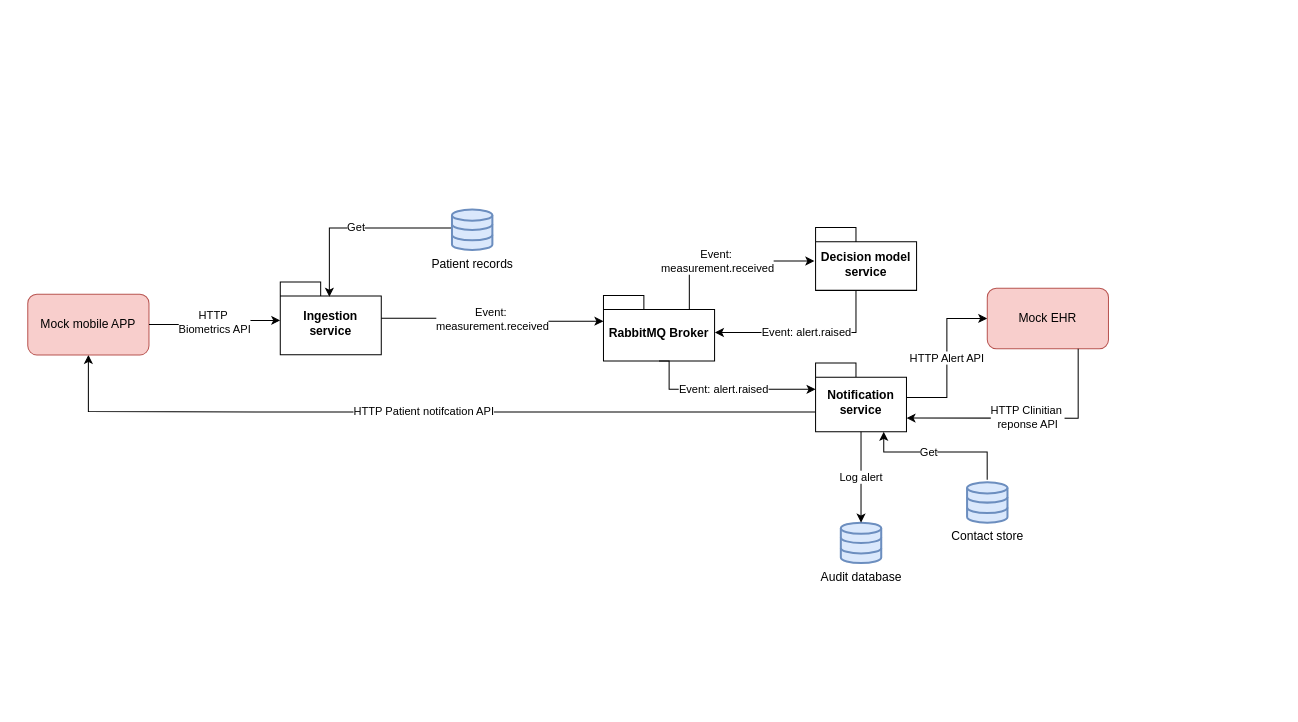
AlbertPerezB/CagHome keeps this draw.io diagram as docs/CC view.drawio. Above is the earlier version. Source tidied: cells renumbered, new cells numbered last; positions are measured from the earlier drawing's top-left corner, leaving out a move shared by most shapes. Both pictures are drawn from the tidied source at 101%, with x=0, y=0 at pixel (27, 209).
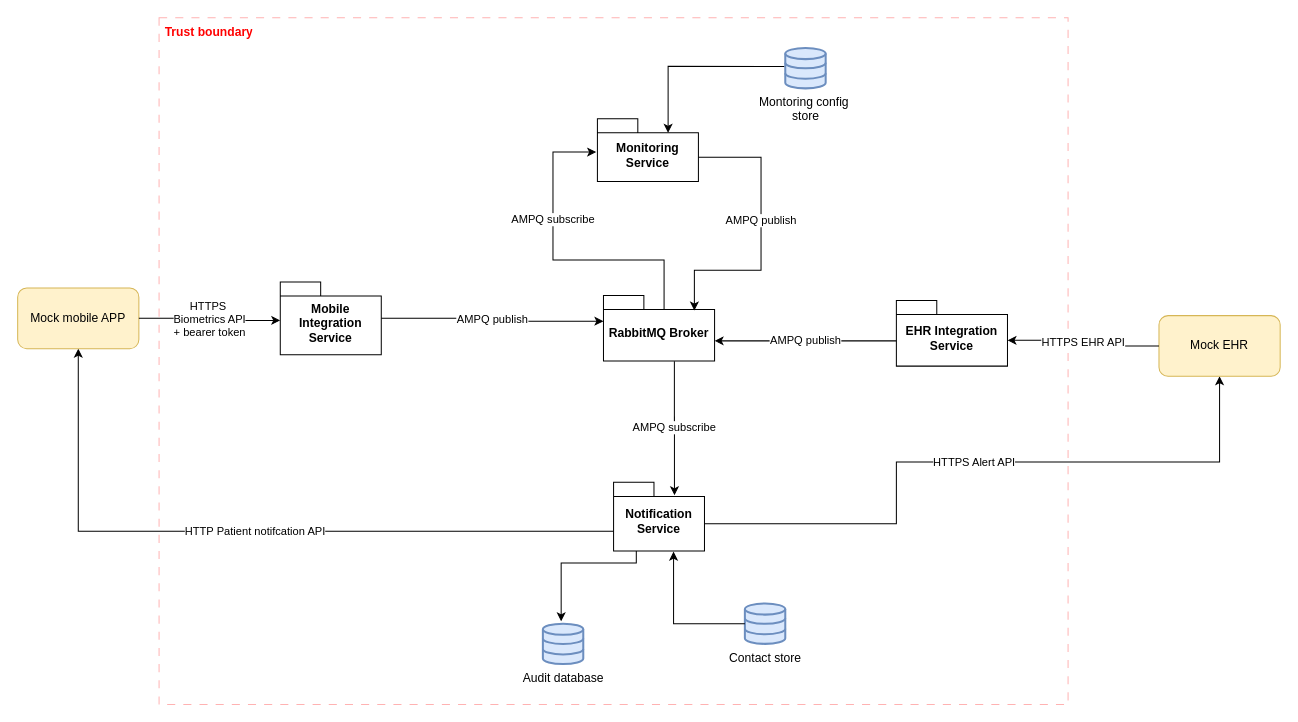
After the change.

Unchanged cells that the change refers to:
```xml
<mxCell id="5" value="RabbitMQ Broker" style="shape=folder;fontStyle=1;spacingTop=10;tabWidth=40;tabHeight=14;tabPosition=left;html=1;whiteSpace=wrap;" parent="1" vertex="1">
  <mxGeometry x="570" y="85" width="110" height="65" as="geometry" />
</mxCell>
```

Diff of the diagram source:
```diff
@@
+    <mxCell id="22" style="rounded=0;whiteSpace=wrap;html=1;fillColor=none;strokeColor=#FF0000;shadow=0;glass=0;opacity=30;dashed=1;dashPattern=8 8;" parent="1" vertex="1">
+      <mxGeometry x="130" y="-190" width="900" height="680" as="geometry" />
+    </mxCell>
-    <mxCell id="2" value="Ingestion service" style="shape=folder;fontStyle=1;spacingTop=10;tabWidth=40;tabHeight=14;tabPosition=left;html=1;whiteSpace=wrap;" parent="1" vertex="1">
+    <mxCell id="2" value="Mobile Integration Service" style="shape=folder;fontStyle=1;spacingTop=10;tabWidth=40;tabHeight=14;tabPosition=left;html=1;whiteSpace=wrap;" parent="1" vertex="1">
       <mxGeometry x="250" y="71.6" width="100" height="72.2" as="geometry" />
     </mxCell>
-    <mxCell id="3" value="HTTP Alert API" style="edgeStyle=orthogonalEdgeStyle;rounded=0;jettySize=auto;html=1;entryX=0;entryY=0.5;entryDx=0;entryDy=0;" parent="1" edge="1" source="4" target="15">
-      <mxGeometry relative="1" as="geometry" />
+    <mxCell id="3" value="HTTPS Alert API" style="edgeStyle=orthogonalEdgeStyle;rounded=0;jettySize=auto;html=1;entryX=0.5;entryY=1;entryDx=0;entryDy=0;exitX=0;exitY=0;exitDx=90;exitDy=41.035;exitPerimeter=0;" parent="1" edge="1" source="4" target="15">
+      <mxGeometry relative="1" as="geometry">
+        <Array as="points">
+          <mxPoint x="860" y="311" />
+          <mxPoint x="860" y="250" />
+          <mxPoint x="1180" y="250" />
+        </Array>
+      </mxGeometry>
     </mxCell>
-    <mxCell id="4" value="Notification service" style="shape=folder;fontStyle=1;spacingTop=10;tabWidth=40;tabHeight=14;tabPosition=left;html=1;whiteSpace=wrap;" parent="1" vertex="1">
-      <mxGeometry x="780" y="151.9" width="90" height="68.1" as="geometry" />
+    <mxCell id="4" value="Notification Service" style="shape=folder;fontStyle=1;spacingTop=10;tabWidth=40;tabHeight=14;tabPosition=left;html=1;whiteSpace=wrap;" parent="1" vertex="1">
+      <mxGeometry x="580" y="270" width="90" height="68.1" as="geometry" />
     </mxCell>
@@
-    <mxCell id="6" value="Event:&amp;nbsp;&lt;div&gt;measurement.received&lt;/div&gt;" style="edgeStyle=orthogonalEdgeStyle;rounded=0;jettySize=auto;html=1;entryX=0;entryY=0;entryDx=0;entryDy=25.5;entryPerimeter=0;" parent="1" edge="1" source="2" target="5">
+    <mxCell id="6" value="&lt;span style=&quot;color: rgb(0, 0, 0); font-family: Helvetica; font-size: 11px; font-style: normal; font-variant-ligatures: normal; font-variant-caps: normal; font-weight: 400; letter-spacing: normal; orphans: 2; text-align: center; text-indent: 0px; text-transform: none; widows: 2; word-spacing: 0px; -webkit-text-stroke-width: 0px; white-space: nowrap; background-color: rgb(255, 255, 255); text-decoration-thickness: initial; text-decoration-style: initial; text-decoration-color: initial; display: inline !important; float: none;&quot;&gt;AMPQ publish&lt;/span&gt;" style="edgeStyle=orthogonalEdgeStyle;rounded=0;jettySize=auto;html=1;entryX=0;entryY=0;entryDx=0;entryDy=25.5;entryPerimeter=0;" parent="1" edge="1" source="2" target="5">
       <mxGeometry relative="1" as="geometry" />
     </mxCell>
-    <mxCell id="7" value="Get" style="edgeStyle=orthogonalEdgeStyle;rounded=0;jettySize=auto;html=1;exitX=-0.017;exitY=0.456;exitDx=0;exitDy=0;exitPerimeter=0;entryX=0.486;entryY=0.204;entryDx=0;entryDy=0;entryPerimeter=0;" parent="1" edge="1" source="8" target="2">
-      <mxGeometry relative="1" as="geometry" />
+    <mxCell id="7" style="edgeStyle=orthogonalEdgeStyle;rounded=0;jettySize=auto;html=1;exitX=-0.017;exitY=0.456;exitDx=0;exitDy=0;exitPerimeter=0;entryX=0;entryY=0;entryDx=70;entryDy=14;entryPerimeter=0;" parent="1" edge="1" source="8" target="9">
+      <mxGeometry x="-0.27" y="2" relative="1" as="geometry" />
     </mxCell>
-    <mxCell id="8" value="Patient records" style="html=1;verticalLabelPosition=bottom;align=center;labelBackgroundColor=#ffffff;verticalAlign=top;strokeWidth=2;strokeColor=#6c8ebf;shadow=0;dashed=0;shape=mxgraph.ios7.icons.data;fillColor=#dae8fc;" parent="1" vertex="1">
-      <mxGeometry x="420" width="40" height="40" as="geometry" />
+    <mxCell id="8" value="Montoring config&amp;nbsp;&lt;div&gt;store&lt;/div&gt;&lt;div&gt;&lt;br&gt;&lt;/div&gt;" style="html=1;verticalLabelPosition=bottom;align=center;labelBackgroundColor=#ffffff;verticalAlign=top;strokeWidth=2;strokeColor=#6c8ebf;shadow=0;dashed=0;shape=mxgraph.ios7.icons.data;fillColor=#dae8fc;" parent="1" vertex="1">
+      <mxGeometry x="750" y="-160" width="40" height="40" as="geometry" />
     </mxCell>
-    <mxCell id="9" value="Decision model service" style="shape=folder;fontStyle=1;spacingTop=10;tabWidth=40;tabHeight=14;tabPosition=left;html=1;whiteSpace=wrap;" parent="1" vertex="1">
-      <mxGeometry x="780" y="17.8" width="100" height="62.2" as="geometry" />
+    <mxCell id="9" value="Monitoring Service" style="shape=folder;fontStyle=1;spacingTop=10;tabWidth=40;tabHeight=14;tabPosition=left;html=1;whiteSpace=wrap;" parent="1" vertex="1">
+      <mxGeometry x="564" y="-90" width="100" height="62.2" as="geometry" />
     </mxCell>
-    <mxCell id="10" value="Event: alert.raised" style="edgeStyle=orthogonalEdgeStyle;rounded=0;jettySize=auto;html=1;entryX=1.003;entryY=0.565;entryDx=0;entryDy=0;entryPerimeter=0;" parent="1" edge="1" source="9" target="5">
-      <mxGeometry relative="1" as="geometry">
+    <mxCell id="10" value="AMPQ publish" style="edgeStyle=orthogonalEdgeStyle;rounded=0;jettySize=auto;html=1;exitX=0;exitY=0;exitDx=100;exitDy=38.125;exitPerimeter=0;" parent="1" edge="1" source="9">
+      <mxGeometry x="-0.11" relative="1" as="geometry">
+        <mxPoint x="660" y="100" as="targetPoint" />
         <Array as="points">
-          <mxPoint x="820" y="122" />
+          <mxPoint x="726" y="-52" />
+          <mxPoint x="726" y="60" />
+          <mxPoint x="660" y="60" />
         </Array>
       </mxGeometry>
     </mxCell>
-    <mxCell id="11" value="Audit database" style="html=1;verticalLabelPosition=bottom;align=center;labelBackgroundColor=#ffffff;verticalAlign=top;strokeWidth=2;strokeColor=#6c8ebf;shadow=0;dashed=0;shape=mxgraph.ios7.icons.data;fillColor=#dae8fc;" parent="1" vertex="1">
-      <mxGeometry x="805" y="310" width="40" height="40" as="geometry" />
-    </mxCell>
-    <mxCell id="12" value="Log alert" style="edgeStyle=orthogonalEdgeStyle;rounded=0;jettySize=auto;html=1;entryX=0.5;entryY=0;entryDx=0;entryDy=0;entryPerimeter=0;exitX=0.5;exitY=1;exitDx=0;exitDy=0;exitPerimeter=0;" parent="1" edge="1" source="4" target="11">
-      <mxGeometry relative="1" as="geometry">
-        <Array as="points">
-          <mxPoint x="825" y="280" />
-          <mxPoint x="825" y="280" />
-        </Array>
-      </mxGeometry>
-    </mxCell>
-    <mxCell id="13" value="HTTP Patient notifcation API" style="edgeStyle=orthogonalEdgeStyle;rounded=0;jettySize=auto;html=1;entryX=0.5;entryY=1;entryDx=0;entryDy=0;exitX=-0.001;exitY=0.713;exitDx=0;exitDy=0;exitPerimeter=0;" parent="1" edge="1" source="4" target="14">
-      <mxGeometry relative="1" as="geometry">
-        <Array as="points">
-          <mxPoint x="260" y="201" />
-          <mxPoint x="60" y="200" />
-        </Array>
-      </mxGeometry>
+    <mxCell id="13" value="HTTP Patient notifcation API" style="edgeStyle=orthogonalEdgeStyle;rounded=0;jettySize=auto;html=1;exitX=-0.001;exitY=0.713;exitDx=0;exitDy=0;exitPerimeter=0;entryX=0.5;entryY=1;entryDx=0;entryDy=0;" parent="1" edge="1" source="4" target="14">
+      <mxGeometry relative="1" as="geometry" />
     </mxCell>
-    <mxCell id="14" value="Mock mobile APP" style="rounded=1;whiteSpace=wrap;html=1;fillColor=#f8cecc;strokeColor=#b85450;" parent="1" vertex="1">
-      <mxGeometry y="83.9" width="120" height="60" as="geometry" />
+    <mxCell id="14" value="Mock mobile APP" style="rounded=1;whiteSpace=wrap;html=1;fillColor=#fff2cc;strokeColor=#d6b656;" parent="1" vertex="1">
+      <mxGeometry x="-10" y="77.7" width="120" height="60" as="geometry" />
     </mxCell>
-    <mxCell id="15" value="Mock EHR" style="rounded=1;whiteSpace=wrap;html=1;fillColor=#f8cecc;strokeColor=#b85450;" parent="1" vertex="1">
-      <mxGeometry x="950" y="77.8" width="120" height="60" as="geometry" />
+    <mxCell id="15" value="Mock EHR" style="rounded=1;whiteSpace=wrap;html=1;fillColor=#fff2cc;strokeColor=#d6b656;" parent="1" vertex="1">
+      <mxGeometry x="1120" y="105" width="120" height="60" as="geometry" />
     </mxCell>
-    <mxCell id="16" value="HTTP&amp;nbsp;&lt;div&gt;Biometrics API&lt;/div&gt;" style="edgeStyle=orthogonalEdgeStyle;rounded=0;jettySize=auto;html=1;entryX=0;entryY=0;entryDx=0;entryDy=38.125;entryPerimeter=0;" parent="1" edge="1" source="14" target="2">
+    <mxCell id="16" value="HTTPS&amp;nbsp;&lt;div&gt;Biometrics API&lt;/div&gt;&lt;div&gt;+ bearer token&lt;/div&gt;" style="edgeStyle=orthogonalEdgeStyle;rounded=0;jettySize=auto;html=1;entryX=0;entryY=0;entryDx=0;entryDy=38.125;entryPerimeter=0;" parent="1" edge="1" source="14" target="2">
       <mxGeometry relative="1" as="geometry" />
     </mxCell>
-    <mxCell id="17" value="Event:&amp;nbsp;&lt;div&gt;measurement.received&lt;/div&gt;" style="edgeStyle=orthogonalEdgeStyle;rounded=0;jettySize=auto;html=1;entryX=-0.012;entryY=0.532;entryDx=0;entryDy=0;entryPerimeter=0;exitX=0;exitY=0;exitDx=65;exitDy=14;exitPerimeter=0;" parent="1" edge="1" source="5" target="9">
-      <mxGeometry relative="1" as="geometry">
+    <mxCell id="17" value="AMPQ subscribe" style="edgeStyle=orthogonalEdgeStyle;rounded=0;jettySize=auto;html=1;entryX=-0.012;entryY=0.532;entryDx=0;entryDy=0;entryPerimeter=0;" parent="1" edge="1" target="9">
+      <mxGeometry x="0.29" relative="1" as="geometry">
+        <mxPoint x="630" y="99" as="sourcePoint" />
         <Array as="points">
-          <mxPoint x="655" y="50" />
+          <mxPoint x="630" y="50" />
+          <mxPoint x="520" y="50" />
+          <mxPoint x="520" y="-57" />
         </Array>
       </mxGeometry>
     </mxCell>
-    <mxCell id="18" value="Event: alert.raised" style="edgeStyle=orthogonalEdgeStyle;rounded=0;jettySize=auto;html=1;entryX=0;entryY=0;entryDx=0;entryDy=41.035;entryPerimeter=0;exitX=0.5;exitY=1;exitDx=0;exitDy=0;exitPerimeter=0;" parent="1" edge="1" source="5">
+    <mxCell id="18" value="AMPQ subscribe" style="edgeStyle=orthogonalEdgeStyle;rounded=0;jettySize=auto;html=1;entryX=0.67;entryY=0.189;entryDx=0;entryDy=0;entryPerimeter=0;exitX=0.638;exitY=1.001;exitDx=0;exitDy=0;exitPerimeter=0;" parent="1" edge="1" source="5" target="4">
       <mxGeometry relative="1" as="geometry">
-        <mxPoint x="780" y="178" as="targetPoint" />
         <Array as="points">
-          <mxPoint x="635" y="178" />
+          <mxPoint x="640" y="150" />
         </Array>
       </mxGeometry>
     </mxCell>
-    <mxCell id="19" value="HTTP Clinitian&amp;nbsp;&lt;div&gt;reponse API&lt;/div&gt;" style="edgeStyle=orthogonalEdgeStyle;rounded=0;jettySize=auto;html=1;entryX=0;entryY=0;entryDx=90;entryDy=54.552499999999995;entryPerimeter=0;exitX=0.75;exitY=1;exitDx=0;exitDy=0;" parent="1" edge="1" source="15" target="4">
-      <mxGeometry relative="1" as="geometry" />
-    </mxCell>
     <mxCell id="20" value="Contact store" style="html=1;verticalLabelPosition=bottom;align=center;labelBackgroundColor=#ffffff;verticalAlign=top;strokeWidth=2;strokeColor=#6c8ebf;shadow=0;dashed=0;shape=mxgraph.ios7.icons.data;fillColor=#dae8fc;" parent="1" vertex="1">
-      <mxGeometry x="930" y="270" width="40" height="40" as="geometry" />
+      <mxGeometry x="710" y="390" width="40" height="40" as="geometry" />
     </mxCell>
-    <mxCell id="21" value="Get" style="edgeStyle=orthogonalEdgeStyle;rounded=0;jettySize=auto;html=1;exitX=0.75;exitY=1;exitDx=0;exitDy=0;exitPerimeter=0;startArrow=classic;startFill=1;endArrow=none;endFill=0;entryX=0.498;entryY=-0.062;entryDx=0;entryDy=0;entryPerimeter=0;" parent="1" edge="1" source="4" target="20">
-      <mxGeometry x="-0.15" relative="1" as="geometry">
-        <Array as="points">
-          <mxPoint x="847" y="240" />
-          <mxPoint x="950" y="240" />
-        </Array>
-      </mxGeometry>
-    </mxCell>
+    <mxCell id="11" value="Audit database" style="html=1;verticalLabelPosition=bottom;align=center;labelBackgroundColor=#ffffff;verticalAlign=top;strokeWidth=2;strokeColor=#6c8ebf;shadow=0;dashed=0;shape=mxgraph.ios7.icons.data;fillColor=#dae8fc;" parent="1" vertex="1">
+      <mxGeometry x="510" y="410" width="40" height="40" as="geometry" />
+    </mxCell>
+    <mxCell id="12" style="edgeStyle=orthogonalEdgeStyle;rounded=0;jettySize=auto;html=1;entryX=0.453;entryY=-0.058;entryDx=0;entryDy=0;entryPerimeter=0;exitX=0.25;exitY=1;exitDx=0;exitDy=0;exitPerimeter=0;" parent="1" edge="1" source="4" target="11">
+      <mxGeometry relative="1" as="geometry">
+        <Array as="points">
+          <mxPoint x="603" y="350" />
+          <mxPoint x="528" y="350" />
+        </Array>
+      </mxGeometry>
+    </mxCell>
+    <mxCell id="23" value="EHR Integration Service" style="shape=folder;fontStyle=1;spacingTop=10;tabWidth=40;tabHeight=14;tabPosition=left;html=1;whiteSpace=wrap;" parent="1" vertex="1">
+      <mxGeometry x="860" y="90" width="110" height="65" as="geometry" />
+    </mxCell>
+    <mxCell id="24" value="HTTPS EHR API" style="edgeStyle=orthogonalEdgeStyle;rounded=0;jettySize=auto;html=1;entryX=0;entryY=0;entryDx=110;entryDy=39.5;entryPerimeter=0;" parent="1" edge="1" source="15" target="23">
+      <mxGeometry relative="1" as="geometry" />
+    </mxCell>
+    <mxCell id="25" value="AMPQ publish" style="edgeStyle=orthogonalEdgeStyle;rounded=0;jettySize=auto;html=1;" parent="1" edge="1" source="23">
+      <mxGeometry relative="1" as="geometry">
+        <mxPoint x="680" y="130" as="targetPoint" />
+        <Array as="points">
+          <mxPoint x="740" y="130" />
+          <mxPoint x="740" y="130" />
+        </Array>
+      </mxGeometry>
+    </mxCell>
+    <mxCell id="26" style="edgeStyle=orthogonalEdgeStyle;rounded=0;jettySize=auto;html=1;entryX=0.66;entryY=1.008;entryDx=0;entryDy=0;entryPerimeter=0;" parent="1" edge="1" source="20" target="4">
+      <mxGeometry relative="1" as="geometry" />
+    </mxCell>
+    <mxCell id="27" value="&lt;b&gt;&lt;font style=&quot;color: rgb(255, 0, 0);&quot;&gt;Trust boundary&lt;/font&gt;&lt;/b&gt;" style="text;strokeColor=none;fillColor=none;align=left;verticalAlign=middle;spacingLeft=4;spacingRight=4;overflow=hidden;whiteSpace=wrap;html=1;fontColor=light-dark(#4eae4e, #ededed);" parent="1" vertex="1">
+      <mxGeometry x="130" y="-190" width="120" height="30" as="geometry" />
+    </mxCell>
```
